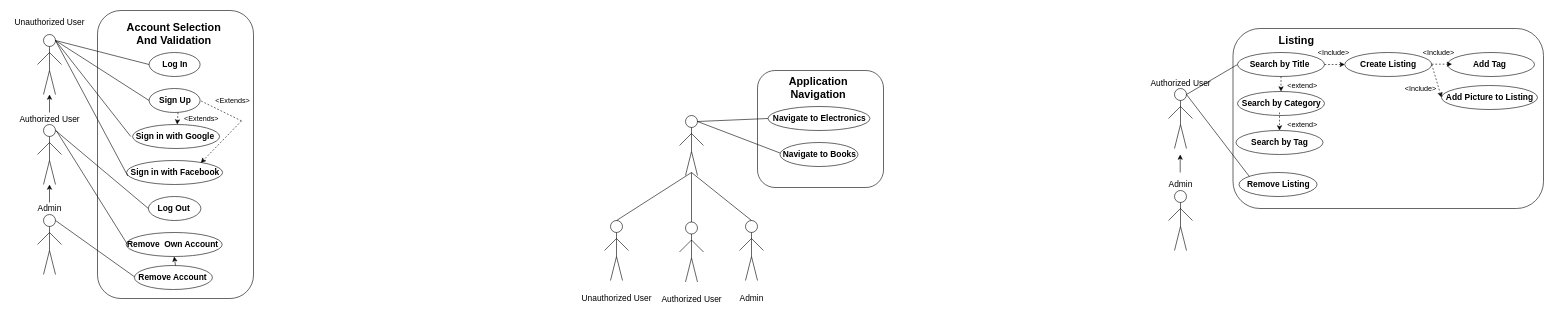
Before: Documents/Deliverable_2/D2.drawio in JacquesLJT/COS420_Project, a draw.io diagram. Source tidied: cells renumbered, new cells numbered last; positions are measured from the earlier drawing's top-left corner, leaving out a move shared by most shapes. Both pictures are drawn from the tidied source at 60%, with x=0, y=0 at pixel (10, 10).
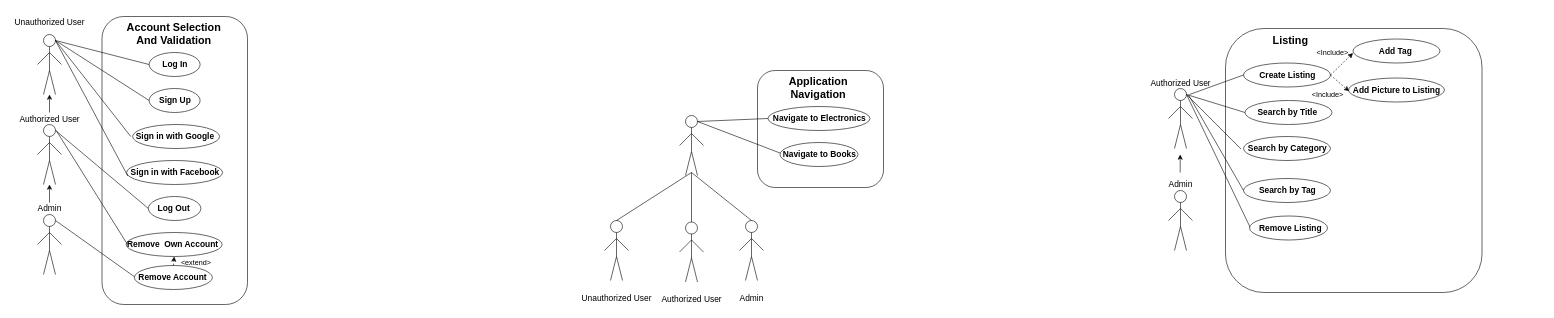
After the change.

Unchanged cells that the change refers to:
```xml
<mxCell id="15" style="ellipse;whiteSpace=wrap;html=1;fontSize=14;" parent="1" vertex="1">
  <mxGeometry x="231" y="130" width="85" height="40" as="geometry" />
</mxCell>
<mxCell id="42" style="ellipse;whiteSpace=wrap;html=1;fontSize=14;" parent="1" vertex="1">
  <mxGeometry x="206.5" y="425" width="130" height="40" as="geometry" />
</mxCell>
<mxCell id="125" style="ellipse;whiteSpace=wrap;html=1;fontSize=14;" parent="1" vertex="1">
  <mxGeometry x="192.8" y="370" width="160" height="40" as="geometry" />
</mxCell>
```

What changed in the source:
```diff
@@
     <mxCell id="2" style="rounded=1;whiteSpace=wrap;html=1;fontSize=14;" parent="1" vertex="1">
-      <mxGeometry x="145" width="260" height="480" as="geometry" />
+      <mxGeometry x="152.5" y="10" width="242.5" height="480" as="geometry" />
     </mxCell>
@@
     <mxCell id="82" style="rounded=1;whiteSpace=wrap;html=1;fontSize=14;" parent="1" vertex="1">
-      <mxGeometry x="2037.5" y="30" width="517.5" height="300" as="geometry" />
+      <mxGeometry x="2025" y="30" width="427.5" height="440" as="geometry" />
     </mxCell>
     <mxCell id="83" value="&lt;font style=&quot;font-size: 18px&quot;&gt;Listing&lt;br&gt;&lt;/font&gt;" style="text;html=1;align=center;verticalAlign=middle;strokeColor=none;fillColor=none;fontSize=14;fontStyle=1;" parent="1" vertex="1">
-      <mxGeometry x="2107.5" y="40" width="70" height="20" as="geometry" />
+      <mxGeometry x="2097.5" y="40" width="70" height="20" as="geometry" />
     </mxCell>
     <mxCell id="84" style="ellipse;whiteSpace=wrap;html=1;fontSize=14;" parent="1" vertex="1">
-      <mxGeometry x="2223.8" y="70" width="145" height="40" as="geometry" />
+      <mxGeometry x="2055" y="87.5" width="145" height="40" as="geometry" />
     </mxCell>
     <mxCell id="85" value="Create Listing" style="text;html=1;align=center;verticalAlign=middle;strokeColor=none;fillColor=none;fontSize=14;fontStyle=1;" parent="1" vertex="1">
-      <mxGeometry x="2241.2" y="80" width="110" height="20" as="geometry" />
+      <mxGeometry x="2072.5" y="97.5" width="110" height="20" as="geometry" />
     </mxCell>
     <mxCell id="86" style="ellipse;whiteSpace=wrap;html=1;fontSize=14;" parent="1" vertex="1">
-      <mxGeometry x="2385" y="125" width="160" height="40" as="geometry" />
+      <mxGeometry x="2230" y="112.5" width="160" height="40" as="geometry" />
     </mxCell>
     <mxCell id="87" value="Add Picture to Listing" style="text;html=1;align=center;verticalAlign=middle;points=[];strokeColor=none;fillColor=none;fontSize=14;fontStyle=1;" parent="1" vertex="1">
-      <mxGeometry x="2385" y="135" width="160" height="20" as="geometry" />
+      <mxGeometry x="2230" y="122.5" width="160" height="20" as="geometry" />
     </mxCell>
@@
-    <mxCell id="96" style="endArrow=none;html=1;rounded=0;fontSize=14;exitX=1;exitY=0.5;exitDx=0;exitDy=0;fontStyle=1;" parent="1" edge="1">
+    <mxCell id="96" style="endArrow=none;html=1;rounded=0;fontSize=14;exitX=1;exitY=0.5;exitDx=0;exitDy=0;fontStyle=1;entryX=-0.033;entryY=0.7;entryDx=0;entryDy=0;entryPerimeter=0;" parent="1" edge="1" target="106">
       <mxGeometry relative="1" as="geometry">
         <mxPoint x="1960" y="140" as="sourcePoint" />
-        <mxPoint x="2075" y="290" as="targetPoint" />
       </mxGeometry>
     </mxCell>
@@
     <mxCell id="105" style="ellipse;whiteSpace=wrap;html=1;fontSize=14;" parent="1" vertex="1">
-      <mxGeometry x="2047.5" y="270" width="130" height="40" as="geometry" />
+      <mxGeometry x="2065" y="342.5" width="130" height="40" as="geometry" />
     </mxCell>
     <mxCell id="106" value="&lt;span style=&quot;font-size: 14px&quot;&gt;Remove Listing&lt;/span&gt;" style="text;html=1;align=center;verticalAlign=middle;points=[];strokeColor=none;fillColor=none;fontStyle=1;" parent="1" vertex="1">
-      <mxGeometry x="2052.5" y="280" width="120" height="20" as="geometry" />
+      <mxGeometry x="2072.5" y="352.5" width="120" height="20" as="geometry" />
     </mxCell>
     <mxCell id="107" style="ellipse;whiteSpace=wrap;html=1;fontSize=14;" parent="1" vertex="1">
-      <mxGeometry x="2395" y="70" width="145" height="40" as="geometry" />
+      <mxGeometry x="2237.5" y="47.5" width="145" height="40" as="geometry" />
     </mxCell>
     <mxCell id="108" value="Add Tag" style="text;html=1;align=center;verticalAlign=middle;strokeColor=none;fillColor=none;fontSize=14;fontStyle=1;" parent="1" vertex="1">
-      <mxGeometry x="2430" y="80" width="70" height="20" as="geometry" />
+      <mxGeometry x="2272.5" y="57.5" width="70" height="20" as="geometry" />
     </mxCell>
     <mxCell id="109" style="ellipse;whiteSpace=wrap;html=1;fontSize=14;" parent="1" vertex="1">
-      <mxGeometry x="2045" y="70" width="145" height="40" as="geometry" />
+      <mxGeometry x="2057.5" y="150" width="145" height="40" as="geometry" />
     </mxCell>
     <mxCell id="110" value="Search by Title" style="text;html=1;align=center;verticalAlign=middle;strokeColor=none;fillColor=none;fontSize=14;fontStyle=1;" parent="1" vertex="1">
-      <mxGeometry x="2060" y="80" width="110" height="20" as="geometry" />
+      <mxGeometry x="2072.5" y="160" width="110" height="20" as="geometry" />
     </mxCell>
     <mxCell id="111" style="ellipse;whiteSpace=wrap;html=1;fontSize=14;" parent="1" vertex="1">
-      <mxGeometry x="2045" y="135" width="145" height="40" as="geometry" />
+      <mxGeometry x="2055" y="210" width="145" height="40" as="geometry" />
     </mxCell>
     <mxCell id="112" value="Search by Category" style="text;html=1;align=center;verticalAlign=middle;points=[];strokeColor=none;fillColor=none;fontSize=14;fontStyle=1;" parent="1" vertex="1">
-      <mxGeometry x="2042.5" y="145" width="150" height="20" as="geometry" />
+      <mxGeometry x="2052.5" y="220" width="150" height="20" as="geometry" />
     </mxCell>
     <mxCell id="113" style="ellipse;whiteSpace=wrap;html=1;fontSize=14;" parent="1" vertex="1">
-      <mxGeometry x="2042.5" y="200" width="145" height="40" as="geometry" />
+      <mxGeometry x="2055" y="280" width="145" height="40" as="geometry" />
     </mxCell>
     <mxCell id="114" value="Search by Tag" style="text;html=1;align=center;verticalAlign=middle;strokeColor=none;fillColor=none;fontSize=14;fontStyle=1;" parent="1" vertex="1">
-      <mxGeometry x="2060" y="210" width="110" height="20" as="geometry" />
+      <mxGeometry x="2072.5" y="290" width="110" height="20" as="geometry" />
     </mxCell>
-    <mxCell id="115" style="html=1;labelBackgroundColor=#ffffff;startArrow=none;startFill=0;startSize=6;endArrow=classic;endFill=1;endSize=6;jettySize=auto;strokeWidth=1;dashed=1;fontSize=14;rounded=0;exitX=0.5;exitY=1;exitDx=0;exitDy=0;entryX=0.5;entryY=0;entryDx=0;entryDy=0;" parent="1" edge="1" source="109" target="111">
-      <mxGeometry relative="1" as="geometry" />
-    </mxCell>
-    <mxCell id="116" style="html=1;labelBackgroundColor=#ffffff;startArrow=none;startFill=0;startSize=6;endArrow=classic;endFill=1;endSize=6;jettySize=auto;strokeWidth=1;dashed=1;fontSize=14;rounded=0;entryX=0.5;entryY=0;entryDx=0;entryDy=0;" parent="1" edge="1" target="113">
-      <mxGeometry relative="1" as="geometry">
-        <mxPoint x="2115" y="170" as="sourcePoint" />
-      </mxGeometry>
-    </mxCell>
-    <mxCell id="117" value="&amp;lt;extend&amp;gt;" style="text;html=1;align=center;verticalAlign=middle;strokeColor=none;fillColor=none;" parent="1" vertex="1">
-      <mxGeometry x="2117.5" y="115" width="70" height="20" as="geometry" />
-    </mxCell>
-    <mxCell id="118" value="&amp;lt;extend&amp;gt;" style="text;html=1;align=center;verticalAlign=middle;strokeColor=none;fillColor=none;" parent="1" vertex="1">
-      <mxGeometry x="2117.5" y="180" width="70" height="20" as="geometry" />
-    </mxCell>
-    <mxCell id="119" style="html=1;labelBackgroundColor=#ffffff;startArrow=none;startFill=0;startSize=6;endArrow=classic;endFill=1;endSize=6;jettySize=auto;strokeWidth=1;dashed=1;fontSize=14;rounded=0;entryX=0;entryY=0.5;entryDx=0;entryDy=0;" parent="1" edge="1" target="84">
-      <mxGeometry relative="1" as="geometry">
-        <mxPoint x="2190" y="90" as="sourcePoint" />
-      </mxGeometry>
-    </mxCell>
-    <mxCell id="120" style="html=1;labelBackgroundColor=#ffffff;startArrow=none;startFill=0;startSize=6;endArrow=classic;endFill=1;endSize=6;jettySize=auto;orthogonalLoop=1;strokeWidth=1;dashed=1;fontSize=14;rounded=0;entryX=0;entryY=0.5;entryDx=0;entryDy=0;" parent="1" edge="1">
-      <mxGeometry relative="1" as="geometry">
-        <mxPoint x="2368.8" y="89.5" as="sourcePoint" />
-        <mxPoint x="2402.5" y="89.5" as="targetPoint" />
-      </mxGeometry>
-    </mxCell>
-    <mxCell id="121" style="html=1;labelBackgroundColor=#ffffff;startArrow=none;startFill=0;startSize=6;endArrow=classic;endFill=1;endSize=6;jettySize=auto;strokeWidth=1;dashed=1;fontSize=14;rounded=0;entryX=0;entryY=0.5;entryDx=0;entryDy=0;exitX=1;exitY=0.5;exitDx=0;exitDy=0;" parent="1" edge="1" source="84">
-      <mxGeometry relative="1" as="geometry">
-        <mxPoint x="2385" y="145" as="targetPoint" />
-      </mxGeometry>
-    </mxCell>
-    <mxCell id="122" value="&amp;lt;Include&amp;gt;" style="text;html=1;align=center;verticalAlign=middle;strokeColor=none;fillColor=none;" parent="1" vertex="1">
-      <mxGeometry x="2170" y="60" width="70" height="20" as="geometry" />
-    </mxCell>
-    <mxCell id="123" value="&amp;lt;Include&amp;gt;" style="text;html=1;align=center;verticalAlign=middle;strokeColor=none;fillColor=none;" parent="1" vertex="1">
-      <mxGeometry x="2345" y="60" width="70" height="20" as="geometry" />
-    </mxCell>
-    <mxCell id="124" value="&amp;lt;Include&amp;gt;" style="text;html=1;align=center;verticalAlign=middle;strokeColor=none;fillColor=none;" parent="1" vertex="1">
-      <mxGeometry x="2315" y="120" width="70" height="20" as="geometry" />
-    </mxCell>
@@
-    <mxCell id="129" style="endArrow=none;dashed=1;html=1;rounded=0;entryX=1;entryY=0.5;entryDx=0;entryDy=0;" parent="1" edge="1" target="15">
-      <mxGeometry relative="1" as="geometry">
-        <mxPoint x="385" y="184" as="sourcePoint" />
-      </mxGeometry>
-    </mxCell>
-    <mxCell id="130" style="html=1;labelBackgroundColor=#ffffff;startArrow=none;startFill=0;startSize=6;endArrow=classic;endFill=1;endSize=6;jettySize=auto;orthogonalLoop=1;strokeWidth=1;dashed=1;fontSize=14;rounded=0;entryX=1;entryY=0.5;entryDx=0;entryDy=0;" parent="1" edge="1">
-      <mxGeometry relative="1" as="geometry">
-        <mxPoint x="385" y="184" as="sourcePoint" />
-        <mxPoint x="317.2" y="254" as="targetPoint" />
-      </mxGeometry>
-    </mxCell>
-    <mxCell id="131" value="&amp;lt;Extends&amp;gt;" style="text;html=1;align=center;verticalAlign=middle;strokeColor=none;fillColor=none;" parent="1" vertex="1">
-      <mxGeometry x="335" y="140" width="70" height="20" as="geometry" />
-    </mxCell>
-    <mxCell id="132" style="html=1;labelBackgroundColor=#ffffff;startArrow=none;startFill=0;startSize=6;endArrow=classic;endFill=1;endSize=6;jettySize=auto;orthogonalLoop=1;strokeWidth=1;dashed=1;fontSize=14;rounded=0;entryX=0.5;entryY=0;entryDx=0;entryDy=0;" parent="1" edge="1">
-      <mxGeometry relative="1" as="geometry">
-        <mxPoint x="279.2" y="170" as="sourcePoint" />
-        <mxPoint x="277.8" y="190" as="targetPoint" />
-      </mxGeometry>
-    </mxCell>
-    <mxCell id="133" value="&amp;lt;Extends&amp;gt;" style="text;html=1;align=center;verticalAlign=middle;strokeColor=none;fillColor=none;" parent="1" vertex="1">
-      <mxGeometry x="282.8" y="170" width="70" height="20" as="geometry" />
-    </mxCell>
-    <mxCell id="134" style="endArrow=classic;html=1;rounded=0;entryX=0.5;entryY=1;entryDx=0;entryDy=0;" parent="1" edge="1" target="125">
-      <mxGeometry relative="1" as="geometry">
-        <mxPoint x="275" y="425" as="sourcePoint" />
-      </mxGeometry>
-    </mxCell>
+    <mxCell id="135" style="html=1;labelBackgroundColor=#ffffff;startArrow=none;startFill=0;startSize=6;endArrow=classic;endFill=1;endSize=6;jettySize=auto;strokeWidth=1;dashed=1;fontSize=14;rounded=0;entryX=0.5;entryY=1;entryDx=0;entryDy=0;exitX=0.5;exitY=0;exitDx=0;exitDy=0;" parent="1" edge="1" source="42" target="125">
+      <mxGeometry relative="1" as="geometry" />
+    </mxCell>
+    <mxCell id="136" value="&amp;lt;extend&amp;gt;" style="text;html=1;align=center;verticalAlign=middle;strokeColor=none;fillColor=none;" parent="1" vertex="1">
+      <mxGeometry x="273.5" y="410" width="70" height="20" as="geometry" />
+    </mxCell>
+    <mxCell id="137" style="endArrow=none;html=1;rounded=0;entryX=0;entryY=0.5;entryDx=0;entryDy=0;" parent="1" edge="1" target="84">
+      <mxGeometry relative="1" as="geometry">
+        <mxPoint x="1965" y="140" as="sourcePoint" />
+      </mxGeometry>
+    </mxCell>
+    <mxCell id="138" style="endArrow=none;html=1;rounded=0;entryX=-0.01;entryY=0.55;entryDx=0;entryDy=0;entryPerimeter=0;" parent="1" edge="1" target="112">
+      <mxGeometry relative="1" as="geometry">
+        <mxPoint x="1960" y="140" as="sourcePoint" />
+      </mxGeometry>
+    </mxCell>
+    <mxCell id="139" style="endArrow=none;html=1;rounded=0;" parent="1" edge="1">
+      <mxGeometry relative="1" as="geometry">
+        <mxPoint x="1963" y="140" as="sourcePoint" />
+        <mxPoint x="2055" y="300" as="targetPoint" />
+      </mxGeometry>
+    </mxCell>
+    <mxCell id="140" value="&amp;lt;Include&amp;gt;" style="text;html=1;align=center;verticalAlign=middle;strokeColor=none;fillColor=none;" parent="1" vertex="1">
+      <mxGeometry x="2167.5" y="60" width="70" height="20" as="geometry" />
+    </mxCell>
+    <mxCell id="141" value="&amp;lt;Include&amp;gt;" style="text;html=1;align=center;verticalAlign=middle;strokeColor=none;fillColor=none;" parent="1" vertex="1">
+      <mxGeometry x="2160" y="130" width="70" height="20" as="geometry" />
+    </mxCell>
+    <mxCell id="142" style="html=1;labelBackgroundColor=#ffffff;startArrow=none;startFill=0;startSize=6;endArrow=classic;endFill=1;endSize=6;jettySize=auto;strokeWidth=1;dashed=1;fontSize=14;rounded=0;entryX=0.006;entryY=0.6;entryDx=0;entryDy=0;entryPerimeter=0;exitX=1;exitY=0.5;exitDx=0;exitDy=0;" parent="1" edge="1" source="84" target="87">
+      <mxGeometry relative="1" as="geometry" />
+    </mxCell>
+    <mxCell id="143" style="html=1;labelBackgroundColor=#ffffff;startArrow=none;startFill=0;startSize=6;endArrow=classic;endFill=1;endSize=6;jettySize=auto;strokeWidth=1;dashed=1;fontSize=14;rounded=0;entryX=0.006;entryY=0.6;entryDx=0;entryDy=0;entryPerimeter=0;exitX=1;exitY=0.5;exitDx=0;exitDy=0;" parent="1" edge="1" source="84">
+      <mxGeometry relative="1" as="geometry">
+        <mxPoint x="2237.5" y="71" as="targetPoint" />
+      </mxGeometry>
+    </mxCell>
```
